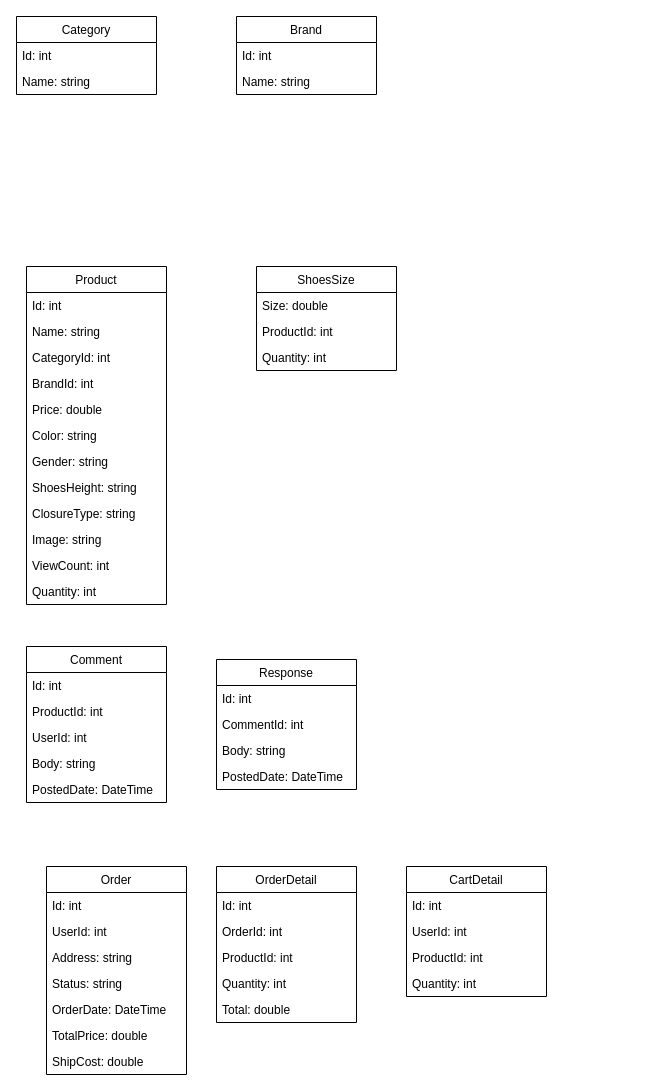
This is db.drawio from ncnt257/Hyper-Shop, a draw.io file, before an edit. Source tidied: cells renumbered, new cells numbered last; positions are measured from the earlier drawing's top-left corner, leaving out a move shared by most shapes. Both pictures are drawn from the tidied source at 100%, with x=0, y=0 at pixel (16, 16).
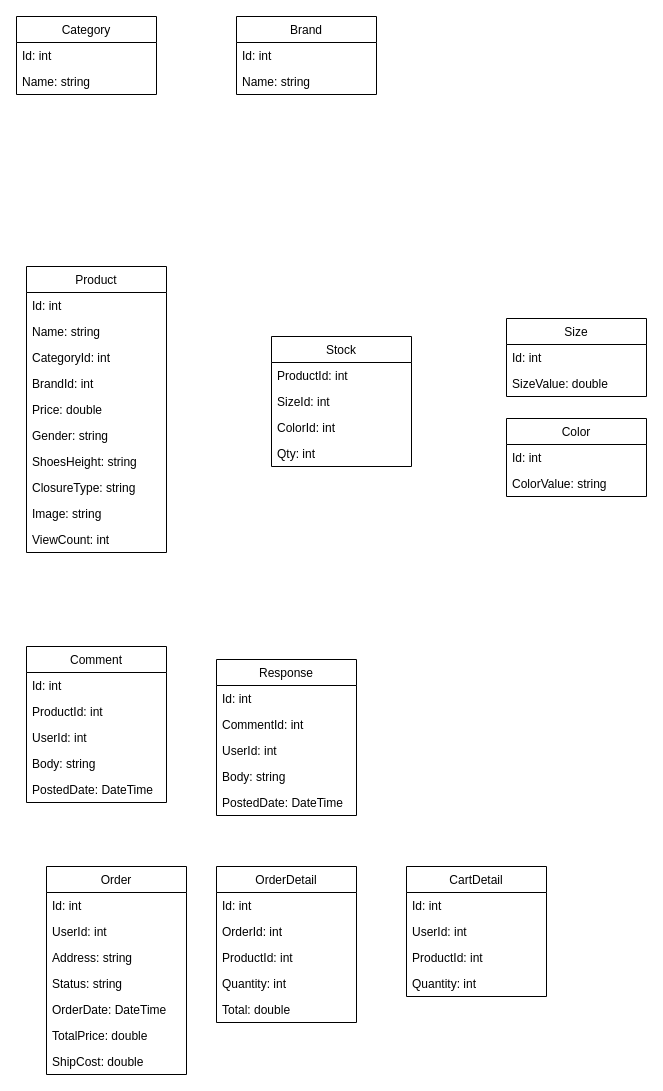
Above is the later version.

The edit, as a diff of the source:
```diff
@@
     <mxCell id="8" value="Product" style="swimlane;fontStyle=0;horizontal=1;startSize=26;fillColor=none;" parent="1" vertex="1">
-      <mxGeometry x="10" y="250" width="140" height="338" as="geometry" />
+      <mxGeometry x="10" y="250" width="140" height="286" as="geometry" />
     </mxCell>
@@
-    <mxCell id="14" value="Color: string" style="text;strokeColor=none;fillColor=none;align=left;verticalAlign=top;spacingLeft=4;spacingRight=4;overflow=hidden;" parent="8" vertex="1">
-      <mxGeometry y="156" width="140" height="26" as="geometry" />
-    </mxCell>
     <mxCell id="15" value="Gender: string" style="text;strokeColor=none;fillColor=none;align=left;verticalAlign=top;spacingLeft=4;spacingRight=4;overflow=hidden;" parent="8" vertex="1">
-      <mxGeometry y="182" width="140" height="26" as="geometry" />
+      <mxGeometry y="156" width="140" height="26" as="geometry" />
     </mxCell>
     <mxCell id="16" value="ShoesHeight: string" style="text;strokeColor=none;fillColor=none;align=left;verticalAlign=top;spacingLeft=4;spacingRight=4;overflow=hidden;" parent="8" vertex="1">
-      <mxGeometry y="208" width="140" height="26" as="geometry" />
+      <mxGeometry y="182" width="140" height="26" as="geometry" />
     </mxCell>
     <mxCell id="17" value="ClosureType: string" style="text;strokeColor=none;fillColor=none;align=left;verticalAlign=top;spacingLeft=4;spacingRight=4;overflow=hidden;" parent="8" vertex="1">
-      <mxGeometry y="234" width="140" height="26" as="geometry" />
+      <mxGeometry y="208" width="140" height="26" as="geometry" />
     </mxCell>
     <mxCell id="18" value="Image: string" style="text;strokeColor=none;fillColor=none;align=left;verticalAlign=top;spacingLeft=4;spacingRight=4;overflow=hidden;" parent="8" vertex="1">
-      <mxGeometry y="260" width="140" height="26" as="geometry" />
+      <mxGeometry y="234" width="140" height="26" as="geometry" />
     </mxCell>
     <mxCell id="19" value="ViewCount: int" style="text;strokeColor=none;fillColor=none;align=left;verticalAlign=top;spacingLeft=4;spacingRight=4;overflow=hidden;" parent="8" vertex="1">
-      <mxGeometry y="286" width="140" height="26" as="geometry" />
+      <mxGeometry y="260" width="140" height="26" as="geometry" />
     </mxCell>
-    <mxCell id="20" value="Quantity: int" style="text;strokeColor=none;fillColor=none;align=left;verticalAlign=top;spacingLeft=4;spacingRight=4;overflow=hidden;" parent="8" vertex="1">
-      <mxGeometry y="312" width="140" height="26" as="geometry" />
-    </mxCell>
-    <mxCell id="21" value="ShoesSize" style="swimlane;fontStyle=0;horizontal=1;startSize=26;fillColor=none;" parent="1" vertex="1">
-      <mxGeometry x="240" y="250" width="140" height="104" as="geometry" />
+    <mxCell id="21" value="Size" style="swimlane;fontStyle=0;horizontal=1;startSize=26;fillColor=none;" parent="1" vertex="1">
+      <mxGeometry x="490" y="302" width="140" height="78" as="geometry" />
     </mxCell>
+    <mxCell id="23" value="Id: int" style="text;strokeColor=none;fillColor=none;align=left;verticalAlign=top;spacingLeft=4;spacingRight=4;overflow=hidden;" parent="21" vertex="1">
+      <mxGeometry y="26" width="140" height="26" as="geometry" />
+    </mxCell>
-    <mxCell id="22" value="Size: double" style="text;strokeColor=none;fillColor=none;align=left;verticalAlign=top;spacingLeft=4;spacingRight=4;overflow=hidden;" parent="21" vertex="1">
-      <mxGeometry y="26" width="140" height="26" as="geometry" />
+    <mxCell id="22" value="SizeValue: double" style="text;strokeColor=none;fillColor=none;align=left;verticalAlign=top;spacingLeft=4;spacingRight=4;overflow=hidden;" parent="21" vertex="1">
+      <mxGeometry y="52" width="140" height="26" as="geometry" />
     </mxCell>
-    <mxCell id="23" value="ProductId: int" style="text;strokeColor=none;fillColor=none;align=left;verticalAlign=top;spacingLeft=4;spacingRight=4;overflow=hidden;" parent="21" vertex="1">
-      <mxGeometry y="52" width="140" height="26" as="geometry" />
-    </mxCell>
-    <mxCell id="24" value="Quantity: int" style="text;strokeColor=none;fillColor=none;align=left;verticalAlign=top;spacingLeft=4;spacingRight=4;overflow=hidden;" parent="21" vertex="1">
-      <mxGeometry y="78" width="140" height="26" as="geometry" />
-    </mxCell>
@@
     <mxCell id="31" value="Response" style="swimlane;fontStyle=0;horizontal=1;startSize=26;fillColor=none;" parent="1" vertex="1">
-      <mxGeometry x="200" y="643" width="140" height="130" as="geometry" />
+      <mxGeometry x="200" y="643" width="140" height="156" as="geometry" />
     </mxCell>
@@
+    <mxCell id="55" value="UserId: int" style="text;strokeColor=none;fillColor=none;align=left;verticalAlign=top;spacingLeft=4;spacingRight=4;overflow=hidden;" parent="31" vertex="1">
+      <mxGeometry y="78" width="140" height="26" as="geometry" />
+    </mxCell>
     <mxCell id="34" value="Body: string" style="text;strokeColor=none;fillColor=none;align=left;verticalAlign=top;spacingLeft=4;spacingRight=4;overflow=hidden;" parent="31" vertex="1">
-      <mxGeometry y="78" width="140" height="26" as="geometry" />
+      <mxGeometry y="104" width="140" height="26" as="geometry" />
     </mxCell>
     <mxCell id="35" value="PostedDate: DateTime" style="text;strokeColor=none;fillColor=none;align=left;verticalAlign=top;spacingLeft=4;spacingRight=4;overflow=hidden;" parent="31" vertex="1">
-      <mxGeometry y="104" width="140" height="26" as="geometry" />
+      <mxGeometry y="130" width="140" height="26" as="geometry" />
     </mxCell>
@@
+    <mxCell id="56" value="Color" style="swimlane;fontStyle=0;horizontal=1;startSize=26;fillColor=none;" parent="1" vertex="1">
+      <mxGeometry x="490" y="402" width="140" height="78" as="geometry" />
+    </mxCell>
+    <mxCell id="57" value="Id: int" style="text;strokeColor=none;fillColor=none;align=left;verticalAlign=top;spacingLeft=4;spacingRight=4;overflow=hidden;" parent="56" vertex="1">
+      <mxGeometry y="26" width="140" height="26" as="geometry" />
+    </mxCell>
+    <mxCell id="58" value="ColorValue: string" style="text;strokeColor=none;fillColor=none;align=left;verticalAlign=top;spacingLeft=4;spacingRight=4;overflow=hidden;" parent="56" vertex="1">
+      <mxGeometry y="52" width="140" height="26" as="geometry" />
+    </mxCell>
+    <mxCell id="59" value="Stock" style="swimlane;fontStyle=0;horizontal=1;startSize=26;fillColor=none;" parent="1" vertex="1">
+      <mxGeometry x="255" y="320" width="140" height="130" as="geometry" />
+    </mxCell>
+    <mxCell id="60" value="ProductId: int" style="text;strokeColor=none;fillColor=none;align=left;verticalAlign=top;spacingLeft=4;spacingRight=4;overflow=hidden;" parent="59" vertex="1">
+      <mxGeometry y="26" width="140" height="26" as="geometry" />
+    </mxCell>
+    <mxCell id="61" value="SizeId: int" style="text;strokeColor=none;fillColor=none;align=left;verticalAlign=top;spacingLeft=4;spacingRight=4;overflow=hidden;" parent="59" vertex="1">
+      <mxGeometry y="52" width="140" height="26" as="geometry" />
+    </mxCell>
+    <mxCell id="62" value="ColorId: int" style="text;strokeColor=none;fillColor=none;align=left;verticalAlign=top;spacingLeft=4;spacingRight=4;overflow=hidden;" parent="59" vertex="1">
+      <mxGeometry y="78" width="140" height="26" as="geometry" />
+    </mxCell>
+    <mxCell id="63" value="Qty: int" style="text;strokeColor=none;fillColor=none;align=left;verticalAlign=top;spacingLeft=4;spacingRight=4;overflow=hidden;" parent="59" vertex="1">
+      <mxGeometry y="104" width="140" height="26" as="geometry" />
+    </mxCell>
```
